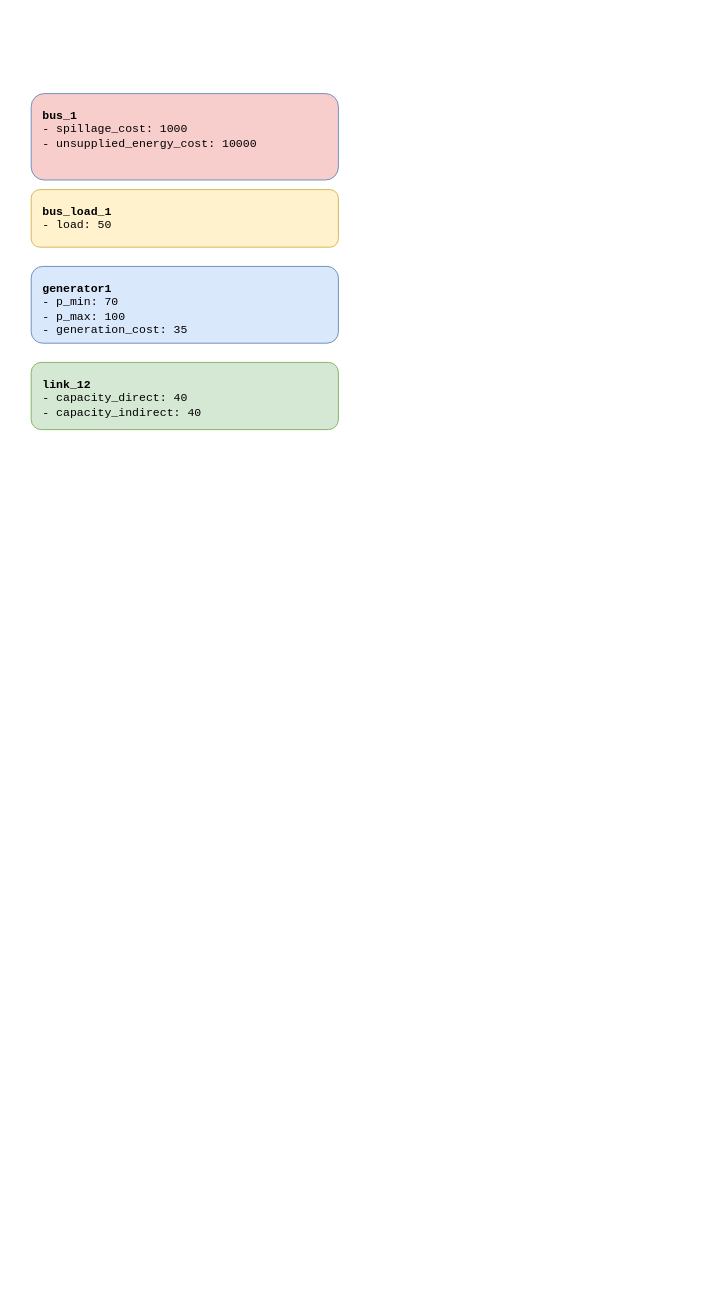
The draw.io diagram doc/assets/2_QSE_Adequacy_system.drawio in AntaresSimulatorTeam/GEMS, before the edit. Source tidied: cells renumbered, new cells numbered last; positions are measured from the earlier drawing's top-left corner, leaving out a move shared by most shapes. Both pictures are drawn from the tidied source at 96%, with x=0, y=0 at pixel (31, 93).
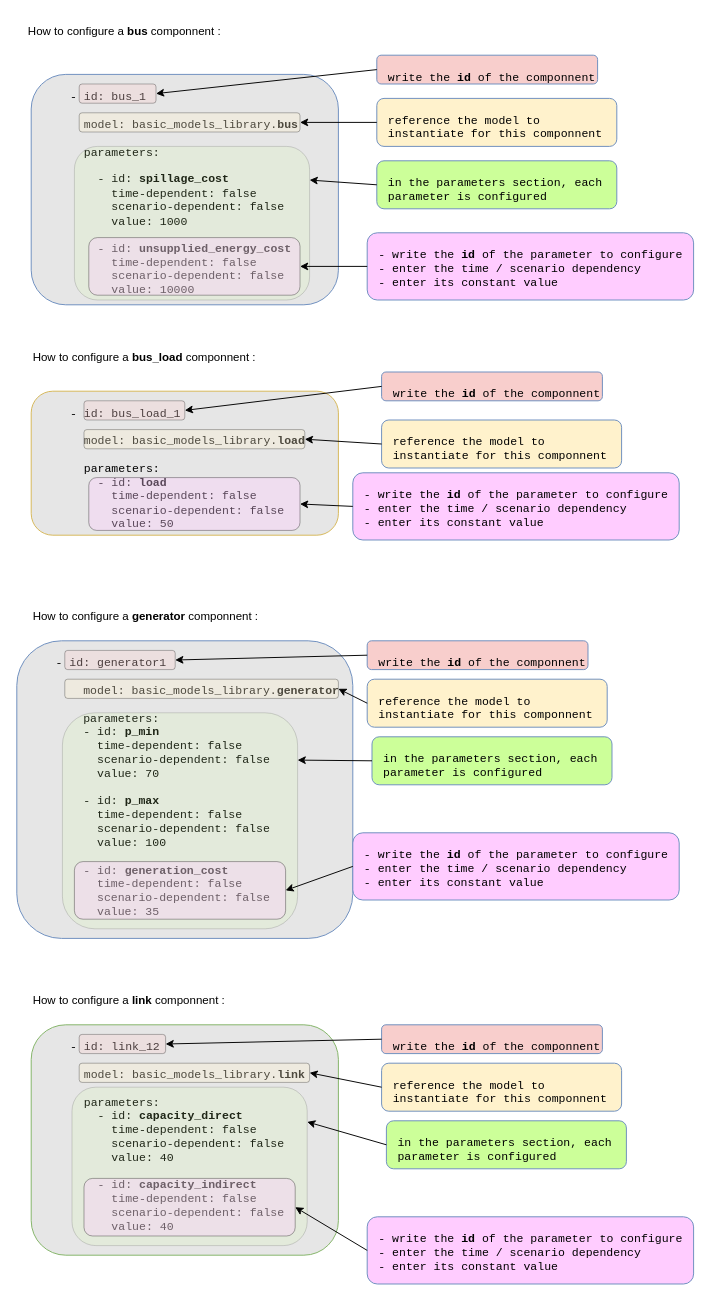
The same page after the edit.

What changed in the source:
```diff
@@
-    <mxCell id="2" value="&lt;b&gt;bus_1&lt;/b&gt;&lt;br&gt;- spillage_cost: 1000&lt;br&gt;- unsupplied_energy_cost: 10000" style="rounded=1;whiteSpace=wrap;html=1;fillColor=#F8CECC;strokeColor=#6c8ebf;align=left;verticalAlign=top;fontFamily=Courier New;fontSize=12;spacingLeft=10;spacingTop=10;" parent="1" vertex="1">
-      <mxGeometry width="320" height="90" as="geometry" />
+    <mxCell id="2" value="&lt;div&gt;&amp;nbsp; &amp;nbsp; - id: bus_1&lt;/div&gt;&lt;div&gt;&lt;br&gt;&lt;/div&gt;&lt;div&gt;&amp;nbsp; &amp;nbsp; &amp;nbsp; model: basic_models_library.&lt;b&gt;bus&lt;/b&gt;&lt;/div&gt;&lt;div&gt;&lt;b&gt;&lt;br&gt;&lt;/b&gt;&lt;/div&gt;&lt;div&gt;&amp;nbsp; &amp;nbsp; &amp;nbsp; parameters:&lt;/div&gt;&lt;div&gt;&lt;br&gt;&lt;/div&gt;&lt;div&gt;&amp;nbsp; &amp;nbsp; &amp;nbsp; &amp;nbsp; - id: &lt;b&gt;spillage_cost&lt;/b&gt;&lt;/div&gt;&lt;div&gt;&amp;nbsp; &amp;nbsp; &amp;nbsp; &amp;nbsp; &amp;nbsp; time-dependent: false&lt;/div&gt;&lt;div&gt;&amp;nbsp; &amp;nbsp; &amp;nbsp; &amp;nbsp; &amp;nbsp; scenario-dependent: false&lt;/div&gt;&lt;div&gt;&amp;nbsp; &amp;nbsp; &amp;nbsp; &amp;nbsp; &amp;nbsp; value: 1000&lt;/div&gt;&lt;div&gt;&lt;br&gt;&lt;/div&gt;&lt;div&gt;&amp;nbsp; &amp;nbsp; &amp;nbsp; &amp;nbsp; - id: &lt;b&gt;unsupplied_energy_cost&lt;/b&gt;&lt;/div&gt;&lt;div&gt;&amp;nbsp; &amp;nbsp; &amp;nbsp; &amp;nbsp; &amp;nbsp; time-dependent: false&lt;/div&gt;&lt;div&gt;&amp;nbsp; &amp;nbsp; &amp;nbsp; &amp;nbsp; &amp;nbsp; scenario-dependent: false&lt;/div&gt;&lt;div&gt;&amp;nbsp; &amp;nbsp; &amp;nbsp; &amp;nbsp; &amp;nbsp; value: 10000&lt;/div&gt;" style="rounded=1;whiteSpace=wrap;html=1;fillColor=#E6E6E6;strokeColor=#6c8ebf;align=left;verticalAlign=top;fontFamily=Courier New;fontSize=12;spacingLeft=10;spacingTop=10;" parent="1" vertex="1">
+      <mxGeometry y="-20" width="320" height="240" as="geometry" />
     </mxCell>
-    <mxCell id="3" value="&lt;b&gt;bus_load_1&lt;/b&gt;&lt;br&gt;- load: 50" style="rounded=1;whiteSpace=wrap;html=1;fillColor=#fff2cc;strokeColor=#d6b656;align=left;verticalAlign=top;fontFamily=Courier New;fontSize=12;spacingLeft=10;spacingTop=10;" parent="1" vertex="1">
-      <mxGeometry y="100" width="320" height="60" as="geometry" />
+    <mxCell id="3" value="&lt;div&gt;&amp;nbsp; &amp;nbsp; - id: bus_load_1&lt;/div&gt;&lt;div&gt;&lt;br&gt;&lt;/div&gt;&lt;div&gt;&amp;nbsp; &amp;nbsp; &amp;nbsp; model: basic_models_library.&lt;b&gt;load&lt;/b&gt;&lt;/div&gt;&lt;div&gt;&lt;b&gt;&lt;br&gt;&lt;/b&gt;&lt;/div&gt;&lt;div&gt;&amp;nbsp; &amp;nbsp; &amp;nbsp; parameters:&lt;/div&gt;&lt;div&gt;&amp;nbsp; &amp;nbsp; &amp;nbsp; &amp;nbsp; - id: &lt;b&gt;load&lt;/b&gt;&lt;/div&gt;&lt;div&gt;&amp;nbsp; &amp;nbsp; &amp;nbsp; &amp;nbsp; &amp;nbsp; time-dependent: false&lt;/div&gt;&lt;div&gt;&amp;nbsp; &amp;nbsp; &amp;nbsp; &amp;nbsp; &amp;nbsp; scenario-dependent: false&lt;/div&gt;&lt;div&gt;&amp;nbsp; &amp;nbsp; &amp;nbsp; &amp;nbsp; &amp;nbsp; value: 50&lt;/div&gt;" style="rounded=1;whiteSpace=wrap;html=1;fillColor=#E6E6E6;strokeColor=#d6b656;align=left;verticalAlign=top;fontFamily=Courier New;fontSize=12;spacingLeft=10;spacingTop=10;" parent="1" vertex="1">
+      <mxGeometry y="310" width="320" height="150" as="geometry" />
     </mxCell>
-    <mxCell id="4" value="&lt;b&gt;generator1&lt;/b&gt;&lt;br&gt;- p_min: 70&lt;br&gt;- p_max: 100&lt;br&gt;- generation_cost: 35" style="rounded=1;whiteSpace=wrap;html=1;fillColor=#dae8fc;strokeColor=#6c8ebf;align=left;verticalAlign=top;fontFamily=Courier New;fontSize=12;spacingLeft=10;spacingTop=10;" parent="1" vertex="1">
-      <mxGeometry y="180" width="320" height="80" as="geometry" />
+    <mxCell id="4" value="&lt;div&gt;&amp;nbsp; &amp;nbsp; - id: generator1&lt;/div&gt;&lt;div&gt;&amp;nbsp; &amp;nbsp; &amp;nbsp;&amp;nbsp;&lt;/div&gt;&lt;div&gt;&lt;span style=&quot;white-space: pre;&quot;&gt;&#9;&lt;/span&gt;model:&amp;nbsp;&lt;span style=&quot;background-color: transparent; color: light-dark(rgb(0, 0, 0), rgb(255, 255, 255));&quot;&gt;basic_models_library.&lt;/span&gt;&lt;b style=&quot;background-color: transparent; color: light-dark(rgb(0, 0, 0), rgb(255, 255, 255));&quot;&gt;generator&lt;/b&gt;&lt;/div&gt;&lt;div&gt;&amp;nbsp; &amp;nbsp; &amp;nbsp;&amp;nbsp;&lt;/div&gt;&lt;div&gt;&lt;span style=&quot;white-space: pre;&quot;&gt;&#9;&lt;/span&gt;parameters:&lt;/div&gt;&lt;div&gt;&amp;nbsp; &amp;nbsp; &amp;nbsp; &amp;nbsp; - id: &lt;b&gt;p_min&lt;/b&gt;&lt;/div&gt;&lt;div&gt;&amp;nbsp; &amp;nbsp; &amp;nbsp; &amp;nbsp; &amp;nbsp; time-dependent: false&lt;/div&gt;&lt;div&gt;&amp;nbsp; &amp;nbsp; &amp;nbsp; &amp;nbsp; &amp;nbsp; scenario-dependent: false&lt;/div&gt;&lt;div&gt;&amp;nbsp; &amp;nbsp; &amp;nbsp; &amp;nbsp; &amp;nbsp; value: 70&lt;/div&gt;&lt;div&gt;&lt;br&gt;&lt;/div&gt;&lt;div&gt;&amp;nbsp; &amp;nbsp; &amp;nbsp; &amp;nbsp; - id: &lt;b&gt;p_max&lt;/b&gt;&lt;/div&gt;&lt;div&gt;&amp;nbsp; &amp;nbsp; &amp;nbsp; &amp;nbsp; &amp;nbsp; time-dependent: false&lt;/div&gt;&lt;div&gt;&amp;nbsp; &amp;nbsp; &amp;nbsp; &amp;nbsp; &amp;nbsp; scenario-dependent: false&lt;/div&gt;&lt;div&gt;&amp;nbsp; &amp;nbsp; &amp;nbsp; &amp;nbsp; &amp;nbsp; value: 100&lt;/div&gt;&lt;div&gt;&lt;br&gt;&lt;/div&gt;&lt;div&gt;&amp;nbsp; &amp;nbsp; &amp;nbsp; &amp;nbsp; - id: &lt;b&gt;generation_cost&lt;/b&gt;&lt;/div&gt;&lt;div&gt;&amp;nbsp; &amp;nbsp; &amp;nbsp; &amp;nbsp; &amp;nbsp; time-dependent: false&lt;/div&gt;&lt;div&gt;&amp;nbsp; &amp;nbsp; &amp;nbsp; &amp;nbsp; &amp;nbsp; scenario-dependent: false&lt;/div&gt;&lt;div&gt;&amp;nbsp; &amp;nbsp; &amp;nbsp; &amp;nbsp; &amp;nbsp; value: 35&lt;/div&gt;" style="rounded=1;whiteSpace=wrap;html=1;fillColor=#E6E6E6;strokeColor=#6c8ebf;align=left;verticalAlign=top;fontFamily=Courier New;fontSize=12;spacingLeft=10;spacingTop=10;" parent="1" vertex="1">
+      <mxGeometry x="-15" y="570" width="350" height="310" as="geometry" />
     </mxCell>
-    <mxCell id="5" value="&lt;b&gt;link_12&lt;/b&gt;&lt;br&gt;- capacity_direct: 40&lt;br&gt;- capacity_indirect: 40" style="rounded=1;whiteSpace=wrap;html=1;fillColor=#d5e8d4;strokeColor=#82b366;align=left;verticalAlign=top;fontFamily=Courier New;fontSize=12;spacingLeft=10;spacingTop=10;" parent="1" vertex="1">
-      <mxGeometry y="280" width="320" height="70" as="geometry" />
+    <mxCell id="5" value="&lt;div&gt;&amp;nbsp; &amp;nbsp; - id: link_12&lt;/div&gt;&lt;div&gt;&lt;br&gt;&lt;/div&gt;&lt;div&gt;&amp;nbsp; &amp;nbsp; &amp;nbsp; model: basic_models_library.&lt;b&gt;link&lt;/b&gt;&lt;/div&gt;&lt;div&gt;&lt;b&gt;&lt;br&gt;&lt;/b&gt;&lt;/div&gt;&lt;div&gt;&amp;nbsp; &amp;nbsp; &amp;nbsp; parameters:&lt;/div&gt;&lt;div&gt;&amp;nbsp; &amp;nbsp; &amp;nbsp; &amp;nbsp; - id: &lt;b&gt;capacity_direct&lt;/b&gt;&lt;/div&gt;&lt;div&gt;&amp;nbsp; &amp;nbsp; &amp;nbsp; &amp;nbsp; &amp;nbsp; time-dependent: false&lt;/div&gt;&lt;div&gt;&amp;nbsp; &amp;nbsp; &amp;nbsp; &amp;nbsp; &amp;nbsp; scenario-dependent: false&lt;/div&gt;&lt;div&gt;&amp;nbsp; &amp;nbsp; &amp;nbsp; &amp;nbsp; &amp;nbsp; value: 40&lt;/div&gt;&lt;div&gt;&lt;br&gt;&lt;/div&gt;&lt;div&gt;&amp;nbsp; &amp;nbsp; &amp;nbsp; &amp;nbsp; - id: &lt;b&gt;capacity_indirect&lt;/b&gt;&lt;/div&gt;&lt;div&gt;&amp;nbsp; &amp;nbsp; &amp;nbsp; &amp;nbsp; &amp;nbsp; time-dependent: false&lt;/div&gt;&lt;div&gt;&amp;nbsp; &amp;nbsp; &amp;nbsp; &amp;nbsp; &amp;nbsp; scenario-dependent: false&lt;/div&gt;&lt;div&gt;&amp;nbsp; &amp;nbsp; &amp;nbsp; &amp;nbsp; &amp;nbsp; value: 40&lt;/div&gt;" style="rounded=1;whiteSpace=wrap;html=1;fillColor=#E6E6E6;strokeColor=#82b366;align=left;verticalAlign=top;fontFamily=Courier New;fontSize=12;spacingLeft=10;spacingTop=10;" parent="1" vertex="1">
+      <mxGeometry y="970" width="320" height="240" as="geometry" />
     </mxCell>
+    <mxCell id="6" value="write the &lt;b&gt;id&lt;/b&gt;&amp;nbsp;of the componnent" style="rounded=1;whiteSpace=wrap;html=1;fillColor=#F8CECC;strokeColor=#6c8ebf;align=left;verticalAlign=top;fontFamily=Courier New;fontSize=12;spacingLeft=10;spacingTop=10;" parent="1" vertex="1">
+      <mxGeometry x="360" y="-40" width="230" height="30" as="geometry" />
+    </mxCell>
+    <mxCell id="7" value="reference the model to instantiate for this componnent" style="rounded=1;whiteSpace=wrap;html=1;fillColor=#FFF2CC;strokeColor=#6c8ebf;align=left;verticalAlign=top;fontFamily=Courier New;fontSize=12;spacingLeft=10;spacingTop=10;" parent="1" vertex="1">
+      <mxGeometry x="360" y="5" width="250" height="50" as="geometry" />
+    </mxCell>
+    <mxCell id="8" style="rounded=1;whiteSpace=wrap;html=1;opacity=30;fillColor=#F8CECC;" parent="1" vertex="1">
+      <mxGeometry x="50" y="-10" width="80" height="20" as="geometry" />
+    </mxCell>
+    <mxCell id="9" style="rounded=1;whiteSpace=wrap;html=1;opacity=30;fillColor=#FFF2CC;" parent="1" vertex="1">
+      <mxGeometry x="50" y="20" width="230" height="20" as="geometry" />
+    </mxCell>
+    <mxCell id="10" value="in the parameters section, each parameter is configured" style="rounded=1;whiteSpace=wrap;html=1;fillColor=#CCFF99;strokeColor=#6c8ebf;align=left;verticalAlign=top;fontFamily=Courier New;fontSize=12;spacingLeft=10;spacingTop=10;" parent="1" vertex="1">
+      <mxGeometry x="360" y="70" width="250" height="50" as="geometry" />
+    </mxCell>
+    <mxCell id="11" style="rounded=1;whiteSpace=wrap;html=1;opacity=15;fillColor=#CCFF99;" parent="1" vertex="1">
+      <mxGeometry x="45" y="55" width="245" height="160" as="geometry" />
+    </mxCell>
+    <mxCell id="12" value="- write the &lt;b&gt;id&lt;/b&gt; of the parameter to configure&lt;div&gt;&lt;div&gt;&lt;div&gt;&lt;div&gt;- enter the time / scenario dependency&lt;/div&gt;&lt;/div&gt;&lt;/div&gt;&lt;/div&gt;&lt;div&gt;- enter its constant value&lt;/div&gt;" style="rounded=1;whiteSpace=wrap;html=1;fillColor=#FFCCFF;strokeColor=#6c8ebf;align=left;verticalAlign=top;fontFamily=Courier New;fontSize=12;spacingLeft=10;spacingTop=10;" parent="1" vertex="1">
+      <mxGeometry x="350" y="145" width="340" height="70" as="geometry" />
+    </mxCell>
+    <mxCell id="13" style="rounded=1;whiteSpace=wrap;html=1;opacity=35;fillColor=#FFCCFF;" parent="1" vertex="1">
+      <mxGeometry x="60" y="150" width="220" height="60" as="geometry" />
+    </mxCell>
+    <mxCell id="14" style="endArrow=classic;html=1;rounded=0;exitX=0;exitY=0.5;exitDx=0;exitDy=0;entryX=1;entryY=0.5;entryDx=0;entryDy=0;" parent="1" edge="1" source="6" target="8">
+      <mxGeometry relative="1" as="geometry" />
+    </mxCell>
+    <mxCell id="15" style="endArrow=classic;html=1;rounded=0;exitX=0;exitY=0.5;exitDx=0;exitDy=0;entryX=1;entryY=0.5;entryDx=0;entryDy=0;" parent="1" edge="1" source="7" target="9">
+      <mxGeometry relative="1" as="geometry" />
+    </mxCell>
+    <mxCell id="16" style="endArrow=classic;html=1;rounded=0;exitX=0;exitY=0.5;exitDx=0;exitDy=0;entryX=1;entryY=0.219;entryDx=0;entryDy=0;entryPerimeter=0;" parent="1" edge="1" source="10" target="11">
+      <mxGeometry relative="1" as="geometry" />
+    </mxCell>
+    <mxCell id="17" style="endArrow=classic;html=1;rounded=0;exitX=0;exitY=0.5;exitDx=0;exitDy=0;entryX=1;entryY=0.5;entryDx=0;entryDy=0;" parent="1" edge="1" source="12" target="13">
+      <mxGeometry relative="1" as="geometry" />
+    </mxCell>
+    <mxCell id="18" value="write the &lt;b&gt;id&lt;/b&gt;&amp;nbsp;of the componnent" style="rounded=1;whiteSpace=wrap;html=1;fillColor=#F8CECC;strokeColor=#6c8ebf;align=left;verticalAlign=top;fontFamily=Courier New;fontSize=12;spacingLeft=10;spacingTop=10;" parent="1" vertex="1">
+      <mxGeometry x="365" y="290" width="230" height="30" as="geometry" />
+    </mxCell>
+    <mxCell id="19" value="reference the model to instantiate for this componnent" style="rounded=1;whiteSpace=wrap;html=1;fillColor=#FFF2CC;strokeColor=#6c8ebf;align=left;verticalAlign=top;fontFamily=Courier New;fontSize=12;spacingLeft=10;spacingTop=10;" parent="1" vertex="1">
+      <mxGeometry x="365" y="340" width="250" height="50" as="geometry" />
+    </mxCell>
+    <mxCell id="20" style="rounded=1;whiteSpace=wrap;html=1;opacity=30;fillColor=#F8CECC;" parent="1" vertex="1">
+      <mxGeometry x="55" y="320" width="105" height="20" as="geometry" />
+    </mxCell>
+    <mxCell id="21" style="rounded=1;whiteSpace=wrap;html=1;opacity=30;fillColor=#FFF2CC;" parent="1" vertex="1">
+      <mxGeometry x="55" y="350" width="230" height="20" as="geometry" />
+    </mxCell>
+    <mxCell id="22" value="- write the &lt;b&gt;id&lt;/b&gt; of the parameter to configure&lt;div&gt;&lt;div&gt;&lt;div&gt;&lt;div&gt;- enter the time / scenario dependency&lt;/div&gt;&lt;/div&gt;&lt;/div&gt;&lt;/div&gt;&lt;div&gt;- enter its constant value&lt;/div&gt;" style="rounded=1;whiteSpace=wrap;html=1;fillColor=#FFCCFF;strokeColor=#6c8ebf;align=left;verticalAlign=top;fontFamily=Courier New;fontSize=12;spacingLeft=10;spacingTop=10;" parent="1" vertex="1">
+      <mxGeometry x="335" y="395" width="340" height="70" as="geometry" />
+    </mxCell>
+    <mxCell id="23" style="rounded=1;whiteSpace=wrap;html=1;opacity=35;fillColor=#FFCCFF;" parent="1" vertex="1">
+      <mxGeometry x="60" y="400" width="220" height="55" as="geometry" />
+    </mxCell>
+    <mxCell id="24" style="endArrow=classic;html=1;rounded=0;exitX=0;exitY=0.5;exitDx=0;exitDy=0;entryX=1;entryY=0.5;entryDx=0;entryDy=0;" parent="1" edge="1" source="18" target="20">
+      <mxGeometry relative="1" as="geometry" />
+    </mxCell>
+    <mxCell id="25" style="endArrow=classic;html=1;rounded=0;exitX=0;exitY=0.5;exitDx=0;exitDy=0;entryX=1;entryY=0.5;entryDx=0;entryDy=0;" parent="1" edge="1" source="19" target="21">
+      <mxGeometry relative="1" as="geometry" />
+    </mxCell>
+    <mxCell id="26" style="endArrow=classic;html=1;rounded=0;exitX=0;exitY=0.5;exitDx=0;exitDy=0;entryX=1;entryY=0.5;entryDx=0;entryDy=0;" parent="1" edge="1" source="22" target="23">
+      <mxGeometry relative="1" as="geometry" />
+    </mxCell>
+    <mxCell id="27" value="write the &lt;b&gt;id&lt;/b&gt;&amp;nbsp;of the componnent" style="rounded=1;whiteSpace=wrap;html=1;fillColor=#F8CECC;strokeColor=#6c8ebf;align=left;verticalAlign=top;fontFamily=Courier New;fontSize=12;spacingLeft=10;spacingTop=10;" parent="1" vertex="1">
+      <mxGeometry x="350" y="570" width="230" height="30" as="geometry" />
+    </mxCell>
+    <mxCell id="28" value="reference the model to instantiate for this componnent" style="rounded=1;whiteSpace=wrap;html=1;fillColor=#FFF2CC;strokeColor=#6c8ebf;align=left;verticalAlign=top;fontFamily=Courier New;fontSize=12;spacingLeft=10;spacingTop=10;" parent="1" vertex="1">
+      <mxGeometry x="350" y="610" width="250" height="50" as="geometry" />
+    </mxCell>
+    <mxCell id="29" style="rounded=1;whiteSpace=wrap;html=1;opacity=30;fillColor=#F8CECC;" parent="1" vertex="1">
+      <mxGeometry x="35" y="580" width="115" height="20" as="geometry" />
+    </mxCell>
+    <mxCell id="30" style="rounded=1;whiteSpace=wrap;html=1;opacity=30;fillColor=#FFF2CC;" parent="1" vertex="1">
+      <mxGeometry x="35" y="610" width="285" height="20" as="geometry" />
+    </mxCell>
+    <mxCell id="31" value="in the parameters section, each parameter is configured" style="rounded=1;whiteSpace=wrap;html=1;fillColor=#CCFF99;strokeColor=#6c8ebf;align=left;verticalAlign=top;fontFamily=Courier New;fontSize=12;spacingLeft=10;spacingTop=10;" parent="1" vertex="1">
+      <mxGeometry x="355" y="670" width="250" height="50" as="geometry" />
+    </mxCell>
+    <mxCell id="32" style="rounded=1;whiteSpace=wrap;html=1;opacity=15;fillColor=#CCFF99;" parent="1" vertex="1">
+      <mxGeometry x="32.5" y="645" width="245" height="225" as="geometry" />
+    </mxCell>
+    <mxCell id="33" value="- write the &lt;b&gt;id&lt;/b&gt; of the parameter to configure&lt;div&gt;&lt;div&gt;&lt;div&gt;&lt;div&gt;- enter the time / scenario dependency&lt;/div&gt;&lt;/div&gt;&lt;/div&gt;&lt;/div&gt;&lt;div&gt;- enter its constant value&lt;/div&gt;" style="rounded=1;whiteSpace=wrap;html=1;fillColor=#FFCCFF;strokeColor=#6c8ebf;align=left;verticalAlign=top;fontFamily=Courier New;fontSize=12;spacingLeft=10;spacingTop=10;" parent="1" vertex="1">
+      <mxGeometry x="335" y="770" width="340" height="70" as="geometry" />
+    </mxCell>
+    <mxCell id="34" style="rounded=1;whiteSpace=wrap;html=1;opacity=35;fillColor=#FFCCFF;" parent="1" vertex="1">
+      <mxGeometry x="45" y="800" width="220" height="60" as="geometry" />
+    </mxCell>
+    <mxCell id="35" style="endArrow=classic;html=1;rounded=0;exitX=0;exitY=0.5;exitDx=0;exitDy=0;entryX=1;entryY=0.5;entryDx=0;entryDy=0;" parent="1" edge="1" source="27" target="29">
+      <mxGeometry relative="1" as="geometry" />
+    </mxCell>
+    <mxCell id="36" style="endArrow=classic;html=1;rounded=0;exitX=0;exitY=0.5;exitDx=0;exitDy=0;entryX=1;entryY=0.5;entryDx=0;entryDy=0;" parent="1" edge="1" source="28" target="30">
+      <mxGeometry relative="1" as="geometry" />
+    </mxCell>
+    <mxCell id="37" style="endArrow=classic;html=1;rounded=0;exitX=0;exitY=0.5;exitDx=0;exitDy=0;entryX=1;entryY=0.219;entryDx=0;entryDy=0;entryPerimeter=0;" parent="1" edge="1" source="31" target="32">
+      <mxGeometry relative="1" as="geometry" />
+    </mxCell>
+    <mxCell id="38" style="endArrow=classic;html=1;rounded=0;exitX=0;exitY=0.5;exitDx=0;exitDy=0;entryX=1;entryY=0.5;entryDx=0;entryDy=0;" parent="1" edge="1" source="33" target="34">
+      <mxGeometry relative="1" as="geometry" />
+    </mxCell>
+    <mxCell id="39" value="write the &lt;b&gt;id&lt;/b&gt;&amp;nbsp;of the componnent" style="rounded=1;whiteSpace=wrap;html=1;fillColor=#F8CECC;strokeColor=#6c8ebf;align=left;verticalAlign=top;fontFamily=Courier New;fontSize=12;spacingLeft=10;spacingTop=10;" parent="1" vertex="1">
+      <mxGeometry x="365" y="970" width="230" height="30" as="geometry" />
+    </mxCell>
+    <mxCell id="40" value="reference the model to instantiate for this componnent" style="rounded=1;whiteSpace=wrap;html=1;fillColor=#FFF2CC;strokeColor=#6c8ebf;align=left;verticalAlign=top;fontFamily=Courier New;fontSize=12;spacingLeft=10;spacingTop=10;" parent="1" vertex="1">
+      <mxGeometry x="365" y="1010" width="250" height="50" as="geometry" />
+    </mxCell>
+    <mxCell id="41" style="rounded=1;whiteSpace=wrap;html=1;opacity=30;fillColor=#F8CECC;" parent="1" vertex="1">
+      <mxGeometry x="50" y="980" width="90" height="20" as="geometry" />
+    </mxCell>
+    <mxCell id="42" style="rounded=1;whiteSpace=wrap;html=1;opacity=30;fillColor=#FFF2CC;" parent="1" vertex="1">
+      <mxGeometry x="50" y="1010" width="240" height="20" as="geometry" />
+    </mxCell>
+    <mxCell id="43" value="in the parameters section, each parameter is configured" style="rounded=1;whiteSpace=wrap;html=1;fillColor=#CCFF99;strokeColor=#6c8ebf;align=left;verticalAlign=top;fontFamily=Courier New;fontSize=12;spacingLeft=10;spacingTop=10;" parent="1" vertex="1">
+      <mxGeometry x="370" y="1070" width="250" height="50" as="geometry" />
+    </mxCell>
+    <mxCell id="44" style="rounded=1;whiteSpace=wrap;html=1;opacity=15;fillColor=#CCFF99;" parent="1" vertex="1">
+      <mxGeometry x="42.5" y="1035" width="245" height="165" as="geometry" />
+    </mxCell>
+    <mxCell id="45" value="- write the &lt;b&gt;id&lt;/b&gt; of the parameter to configure&lt;div&gt;&lt;div&gt;&lt;div&gt;&lt;div&gt;- enter the time / scenario dependency&lt;/div&gt;&lt;/div&gt;&lt;/div&gt;&lt;/div&gt;&lt;div&gt;- enter its constant value&lt;/div&gt;" style="rounded=1;whiteSpace=wrap;html=1;fillColor=#FFCCFF;strokeColor=#6c8ebf;align=left;verticalAlign=top;fontFamily=Courier New;fontSize=12;spacingLeft=10;spacingTop=10;" parent="1" vertex="1">
+      <mxGeometry x="350" y="1170" width="340" height="70" as="geometry" />
+    </mxCell>
+    <mxCell id="46" style="rounded=1;whiteSpace=wrap;html=1;opacity=35;fillColor=#FFCCFF;" parent="1" vertex="1">
+      <mxGeometry x="55" y="1130" width="220" height="60" as="geometry" />
+    </mxCell>
+    <mxCell id="47" style="endArrow=classic;html=1;rounded=0;exitX=0;exitY=0.5;exitDx=0;exitDy=0;entryX=1;entryY=0.5;entryDx=0;entryDy=0;" parent="1" edge="1" source="39" target="41">
+      <mxGeometry relative="1" as="geometry" />
+    </mxCell>
+    <mxCell id="48" style="endArrow=classic;html=1;rounded=0;exitX=0;exitY=0.5;exitDx=0;exitDy=0;entryX=1;entryY=0.5;entryDx=0;entryDy=0;" parent="1" edge="1" source="40" target="42">
+      <mxGeometry relative="1" as="geometry" />
+    </mxCell>
+    <mxCell id="49" style="endArrow=classic;html=1;rounded=0;exitX=0;exitY=0.5;exitDx=0;exitDy=0;entryX=1;entryY=0.219;entryDx=0;entryDy=0;entryPerimeter=0;" parent="1" edge="1" source="43" target="44">
+      <mxGeometry relative="1" as="geometry" />
+    </mxCell>
+    <mxCell id="50" style="endArrow=classic;html=1;rounded=0;exitX=0;exitY=0.5;exitDx=0;exitDy=0;entryX=1;entryY=0.5;entryDx=0;entryDy=0;" parent="1" edge="1" source="45" target="46">
+      <mxGeometry relative="1" as="geometry" />
+    </mxCell>
+    <mxCell id="51" value="How to configure a &lt;b&gt;bus&lt;/b&gt; componnent :" style="text;html=1;whiteSpace=wrap;strokeColor=none;fillColor=none;align=left;verticalAlign=middle;rounded=0;" parent="1" vertex="1">
+      <mxGeometry x="-5" y="-80" width="285" height="30" as="geometry" />
+    </mxCell>
+    <mxCell id="52" value="How to configure a &lt;b&gt;bus_load&lt;/b&gt; componnent :" style="text;html=1;whiteSpace=wrap;strokeColor=none;fillColor=none;align=left;verticalAlign=middle;rounded=0;" parent="1" vertex="1">
+      <mxGeometry y="260" width="285" height="30" as="geometry" />
+    </mxCell>
+    <mxCell id="53" value="How to configure a &lt;b&gt;generator&lt;/b&gt; componnent :" style="text;html=1;whiteSpace=wrap;strokeColor=none;fillColor=none;align=left;verticalAlign=middle;rounded=0;" parent="1" vertex="1">
+      <mxGeometry y="530" width="285" height="30" as="geometry" />
+    </mxCell>
+    <mxCell id="54" value="How to configure a &lt;b&gt;link&lt;/b&gt; componnent :" style="text;html=1;whiteSpace=wrap;strokeColor=none;fillColor=none;align=left;verticalAlign=middle;rounded=0;" parent="1" vertex="1">
+      <mxGeometry y="930" width="285" height="30" as="geometry" />
+    </mxCell>
```
